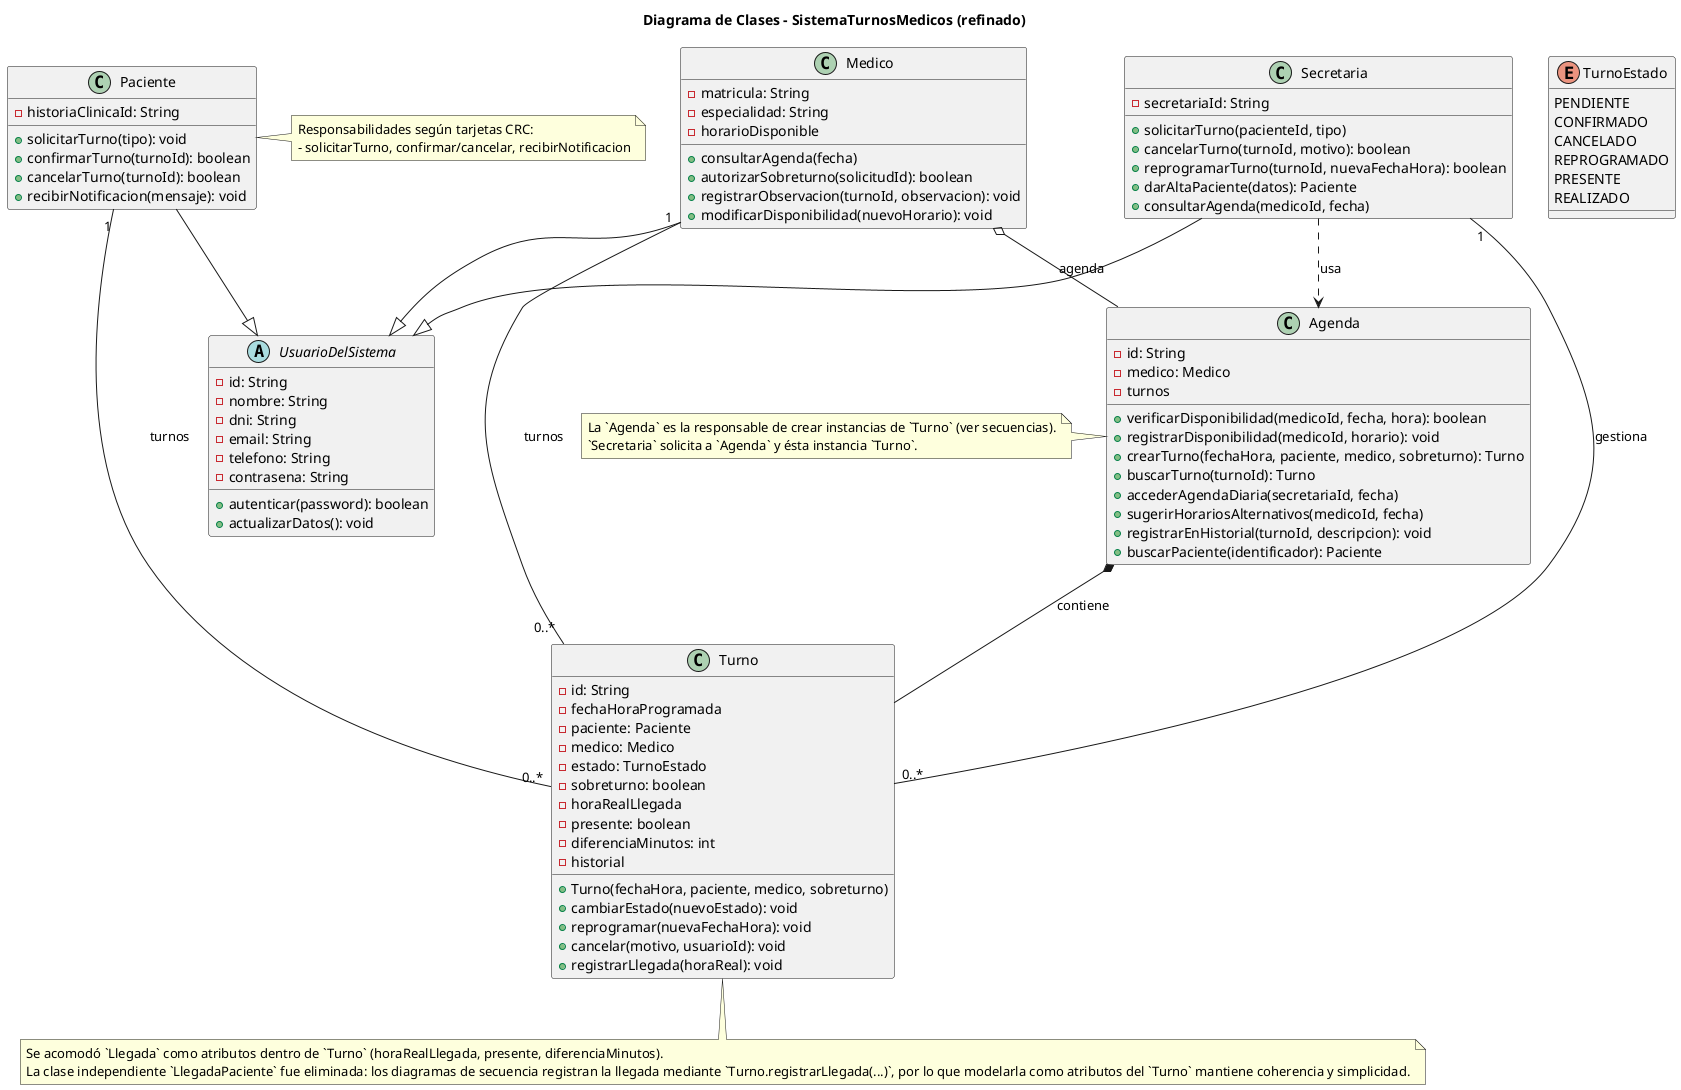
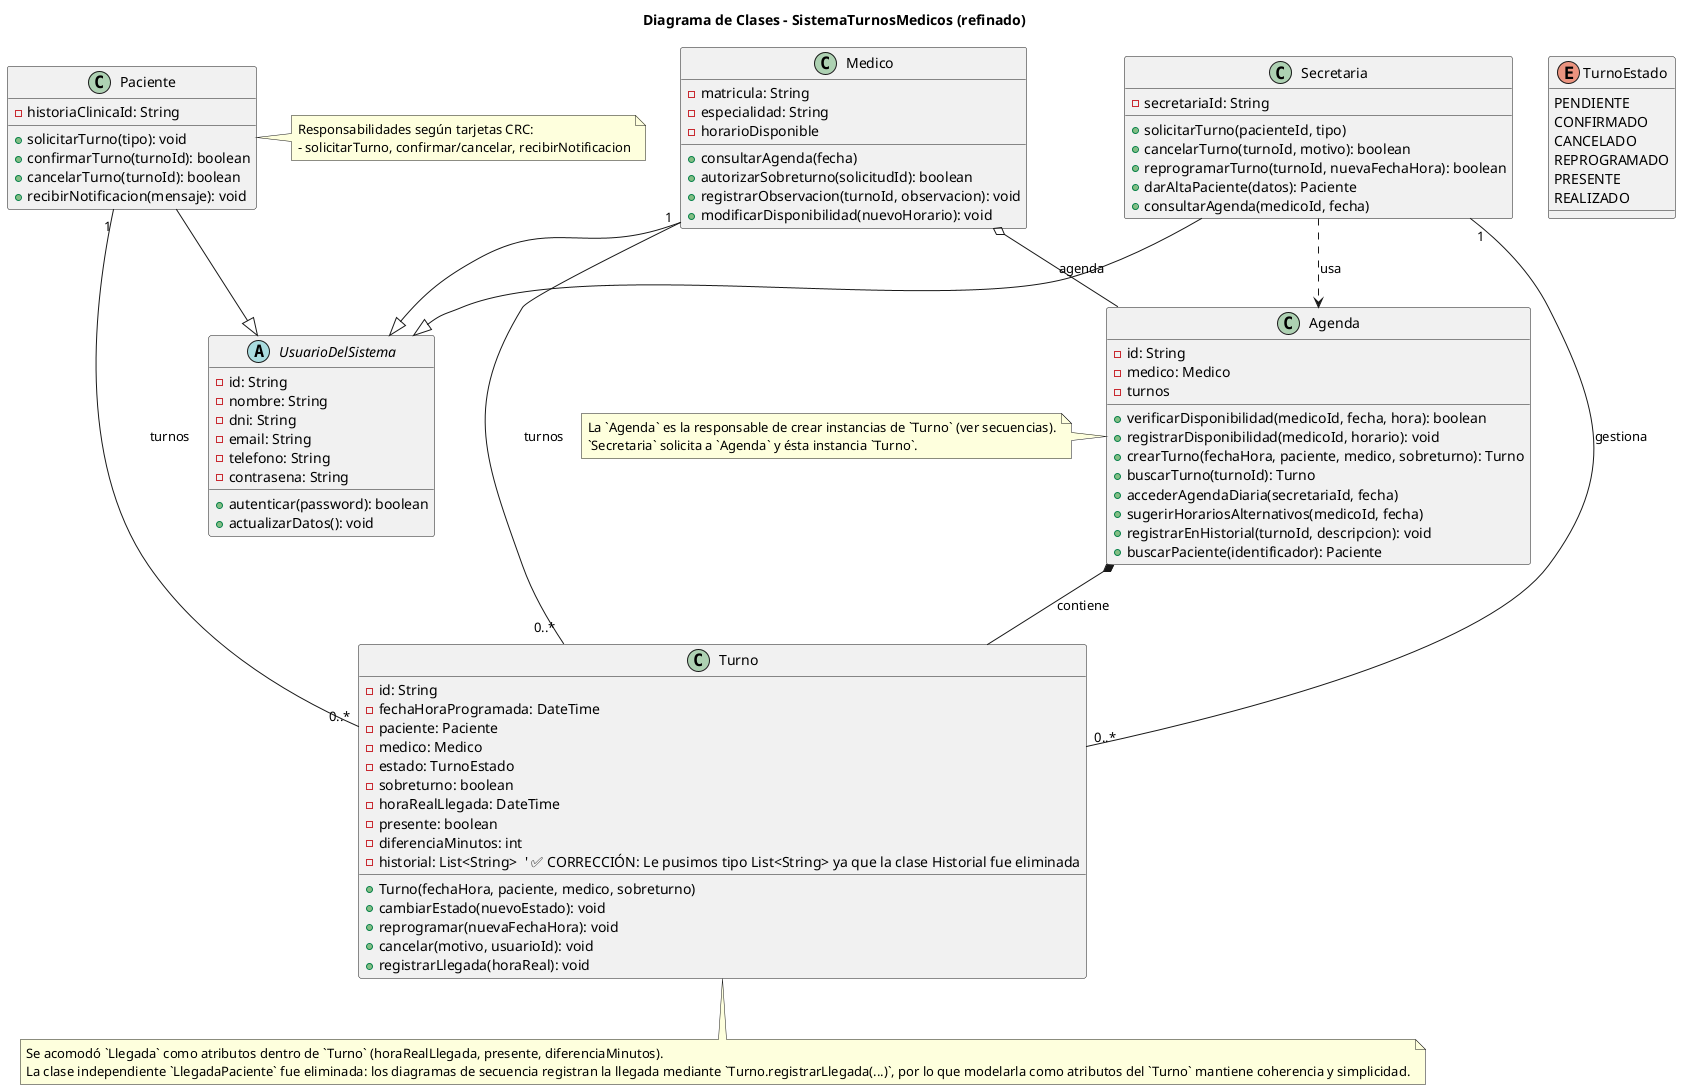

@startuml 06-clases-diagrama-final
title Diagrama de Clases - SistemaTurnosMedicos (refinado)

' Enumeraciones (simples)
enum TurnoEstado {
  PENDIENTE
  CONFIRMADO
  CANCELADO
  REPROGRAMADO
  PRESENTE
  REALIZADO
}

' Clases principales (tipos simplificados)
abstract class UsuarioDelSistema {
  - id: String
  - nombre: String
  - dni: String
  - email: String
  - telefono: String
  - contrasena: String
  + autenticar(password): boolean
  + actualizarDatos(): void
}

class Paciente {
  - historiaClinicaId: String
  + solicitarTurno(tipo): void
  + confirmarTurno(turnoId): boolean
  + cancelarTurno(turnoId): boolean
  + recibirNotificacion(mensaje): void
}

class Medico {
  - matricula: String
  - especialidad: String
  - horarioDisponible
  + consultarAgenda(fecha)
  + autorizarSobreturno(solicitudId): boolean
  + registrarObservacion(turnoId, observacion): void
  + modificarDisponibilidad(nuevoHorario): void
}

class Secretaria {
  - secretariaId: String
  + solicitarTurno(pacienteId, tipo)
  + cancelarTurno(turnoId, motivo): boolean
  + reprogramarTurno(turnoId, nuevaFechaHora): boolean
  + darAltaPaciente(datos): Paciente
  + consultarAgenda(medicoId, fecha)
}

class Agenda {
  - id: String
  - medico: Medico
  - turnos
  + verificarDisponibilidad(medicoId, fecha, hora): boolean
  + registrarDisponibilidad(medicoId, horario): void
  + crearTurno(fechaHora, paciente, medico, sobreturno): Turno
  + buscarTurno(turnoId): Turno
  + accederAgendaDiaria(secretariaId, fecha)
  + sugerirHorariosAlternativos(medicoId, fecha)
  + registrarEnHistorial(turnoId, descripcion): void
  + buscarPaciente(identificador): Paciente
}

class Turno {
  - id: String
-   - fechaHoraProgramada
+   - fechaHoraProgramada: DateTime
  - paciente: Paciente
  - medico: Medico
  - estado: TurnoEstado
  - sobreturno: boolean
-   - horaRealLlegada
+   - horaRealLlegada: DateTime
  - presente: boolean
  - diferenciaMinutos: int
-   - historial
+   - historial: List<String>  ' ✅ CORRECCIÓN: Le pusimos tipo List<String> ya que la clase Historial fue eliminada
  + Turno(fechaHora, paciente, medico, sobreturno)
  + cambiarEstado(nuevoEstado): void
  + reprogramar(nuevaFechaHora): void
  + cancelar(motivo, usuarioId): void
  + registrarLlegada(horaReal): void
}
- 
' Herencia
Secretaria --|> UsuarioDelSistema
Paciente --|> UsuarioDelSistema
Medico --|> UsuarioDelSistema


' Relaciones: asociación, agregación, composición, dependencia
' Agregación: Medico tiene una Agenda (la Agenda puede existir separada)
Medico o-- Agenda : agenda

' Composición: Agenda compone Turnos (si la Agenda se borra, sus turnos también)
Agenda *-- Turno : contiene

' Asociación normal (con multiplicidades)
Paciente "1" -- "0..*" Turno : turnos
Medico "1" -- "0..*" Turno : turnos
Secretaria "1" -- "0..*" Turno : gestiona

' Dependencia: Secretaria depende de Agenda para buscar disponibilidad
Secretaria ..> Agenda : usa

' Notas y trazabilidad
note right of Paciente
  Responsabilidades según tarjetas CRC:
  - solicitarTurno, confirmar/cancelar, recibirNotificacion
end note

note left of Agenda
  La `Agenda` es la responsable de crear instancias de `Turno` (ver secuencias).
  `Secretaria` solicita a `Agenda` y ésta instancia `Turno`.
end note

note bottom of Turno
  Se acomodó `Llegada` como atributos dentro de `Turno` (horaRealLlegada, presente, diferenciaMinutos).
  La clase independiente `LlegadaPaciente` fue eliminada: los diagramas de secuencia registran la llegada mediante `Turno.registrarLlegada(...)`, por lo que modelarla como atributos del `Turno` mantiene coherencia y simplicidad.
end note

@enduml
